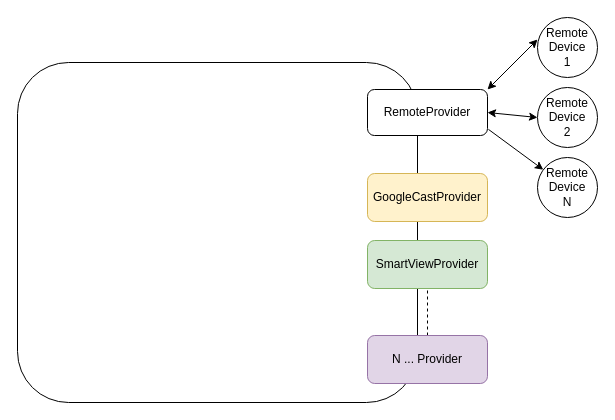
Above: Untitled Diagram.drawio in HyowonHwang/video_ad (draw.io), before the change. Source tidied: cells renumbered, new cells numbered last; positions are measured from the earlier drawing's top-left corner, leaving out a move shared by most shapes. Both pictures are drawn from the tidied source at 100%, with x=0, y=0 at pixel (17, 17).
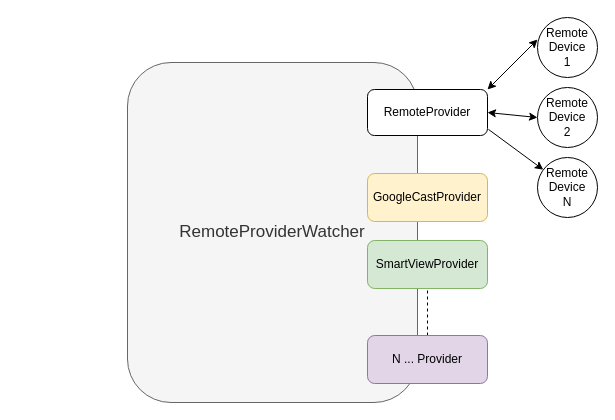
Above is the later version.

The edit, as a diff of the source:
```diff
@@
 <mxGraphModel>
   <root>
     <mxCell id="0" />
     <mxCell id="1" parent="0" />
-    <mxCell id="2" style="rounded=1;whiteSpace=wrap;html=1;" parent="1" vertex="1">
-      <mxGeometry y="45" width="400" height="340" as="geometry" />
+    <mxCell id="2" value="&lt;font style=&quot;font-size: 17px&quot;&gt;RemoteProviderWatcher&lt;/font&gt;" style="rounded=1;whiteSpace=wrap;html=1;fillColor=#f5f5f5;strokeColor=#666666;fontColor=#333333;" parent="1" vertex="1">
+      <mxGeometry x="110" y="45" width="290" height="340" as="geometry" />
     </mxCell>
     <mxCell id="3" value="RemoteProvider" style="rounded=1;whiteSpace=wrap;html=1;" parent="1" vertex="1">
       <mxGeometry x="350" y="72" width="120" height="46" as="geometry" />
     </mxCell>
     <mxCell id="4" value="GoogleCastProvider" style="rounded=1;whiteSpace=wrap;html=1;fillColor=#fff2cc;strokeColor=#d6b656;" parent="1" vertex="1">
       <mxGeometry x="350" y="156" width="120" height="48" as="geometry" />
     </mxCell>
     <mxCell id="5" value="Remote&lt;br&gt;Device&lt;br&gt;1" style="ellipse;whiteSpace=wrap;html=1;" parent="1" vertex="1">
       <mxGeometry x="520" width="60" height="60" as="geometry" />
     </mxCell>
     <mxCell id="6" value="&lt;span style=&quot;white-space: normal&quot;&gt;Remote&lt;/span&gt;&lt;br style=&quot;white-space: normal&quot;&gt;&lt;span style=&quot;white-space: normal&quot;&gt;Device&lt;/span&gt;&lt;br style=&quot;white-space: normal&quot;&gt;2" style="ellipse;whiteSpace=wrap;html=1;" parent="1" vertex="1">
       <mxGeometry x="520" y="70" width="60" height="60" as="geometry" />
     </mxCell>
     <mxCell id="7" value="&lt;span style=&quot;white-space: normal&quot;&gt;Remote&lt;/span&gt;&lt;br style=&quot;white-space: normal&quot;&gt;&lt;span style=&quot;white-space: normal&quot;&gt;Device&lt;/span&gt;&lt;br style=&quot;white-space: normal&quot;&gt;N" style="ellipse;whiteSpace=wrap;html=1;" parent="1" vertex="1">
       <mxGeometry x="520" y="140" width="60" height="60" as="geometry" />
     </mxCell>
     <mxCell id="8" style="endArrow=classic;startArrow=classic;html=1;" parent="1" edge="1">
       <mxGeometry relative="1" as="geometry">
         <mxPoint x="470" y="72" as="sourcePoint" />
         <mxPoint x="520" y="22" as="targetPoint" />
       </mxGeometry>
     </mxCell>
     <mxCell id="9" style="endArrow=classic;startArrow=classic;html=1;entryX=0;entryY=0.5;entryDx=0;entryDy=0;exitX=1;exitY=0.5;exitDx=0;exitDy=0;" parent="1" edge="1" source="3" target="6">
       <mxGeometry relative="1" as="geometry" />
     </mxCell>
     <mxCell id="10" style="endArrow=classic;html=1;exitX=1.008;exitY=0.867;exitDx=0;exitDy=0;exitPerimeter=0;" parent="1" edge="1" source="3" target="7">
       <mxGeometry relative="1" as="geometry" />
     </mxCell>
     <mxCell id="11" value="SmartViewProvider" style="rounded=1;whiteSpace=wrap;html=1;fillColor=#d5e8d4;strokeColor=#82b366;" parent="1" vertex="1">
       <mxGeometry x="350" y="223" width="120" height="48" as="geometry" />
     </mxCell>
     <mxCell id="12" style="endArrow=none;dashed=1;html=1;" parent="1" edge="1" source="13" target="11">
       <mxGeometry relative="1" as="geometry" />
     </mxCell>
     <mxCell id="13" value="N ... Provider" style="rounded=1;whiteSpace=wrap;html=1;fillColor=#e1d5e7;strokeColor=#9673a6;" parent="1" vertex="1">
       <mxGeometry x="350" y="318" width="120" height="48" as="geometry" />
     </mxCell>
   </root>
 </mxGraphModel>
```
